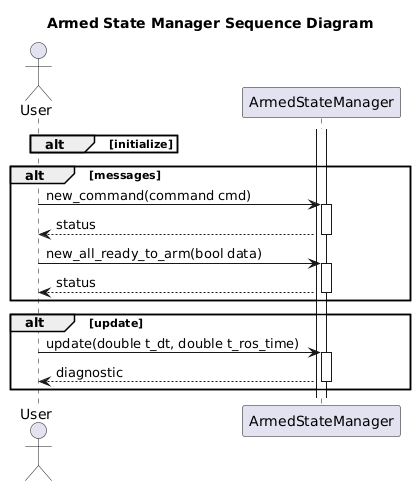
This is include/eros/doc/output/ArmedStateManagerSequenceDiagram.png from dgitz/eros, a PlantUML export, as it was before one commit. Source of this version:
```plantuml
@startuml
title Armed State Manager Sequence Diagram
actor User as user

participant ArmedStateManager as manager

alt initialize
    activate manager
end

alt messages
    user -> manager++: new_command(command cmd)
    manager --> user--: status
    user -> manager++: new_all_ready_to_arm(bool data)
    manager --> user--: status

end
alt update
    user -> manager++: update(double t_dt, double t_ros_time)
    manager --> user--: diagnostic
end

@enduml
```
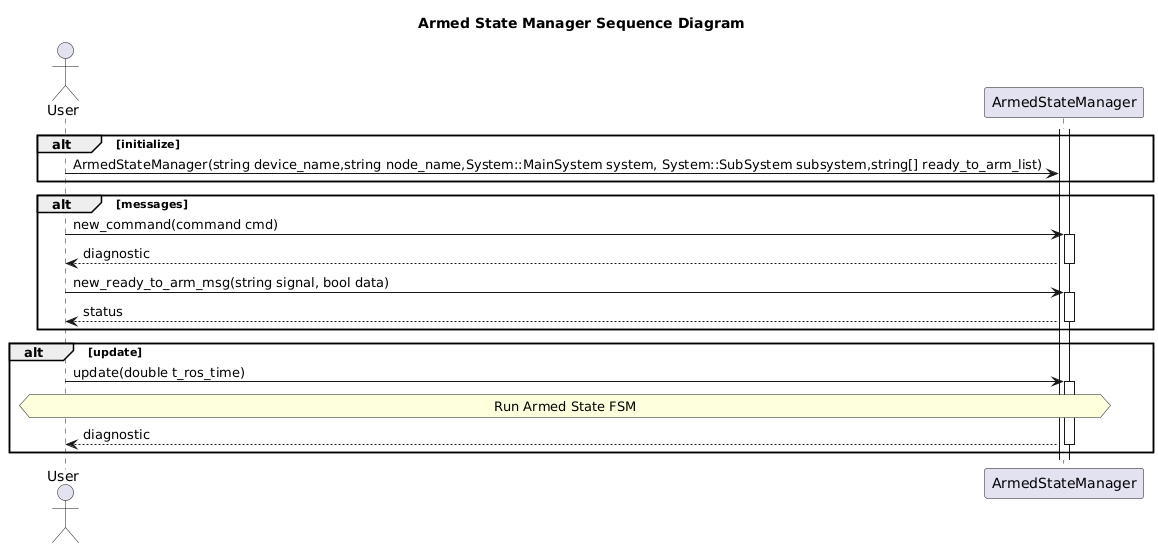
After the change.

Diff of the diagram source:
```diff
@@ -6,17 +6,20 @@
 
 alt initialize
     activate manager
+    user -> manager: ArmedStateManager(string device_name,string node_name,System::MainSystem system, System::SubSystem subsystem,string[] ready_to_arm_list)
+
 end
 
 alt messages
     user -> manager++: new_command(command cmd)
-    manager --> user--: status
-    user -> manager++: new_all_ready_to_arm(bool data)
+    manager --> user--: diagnostic
+    user -> manager++: new_ready_to_arm_msg(string signal, bool data)
     manager --> user--: status
 
 end
 alt update
-    user -> manager++: update(double t_dt, double t_ros_time)
+    user -> manager++: update(double t_ros_time)
+    hnote across: Run Armed State FSM
     manager --> user--: diagnostic
 end
 
```
